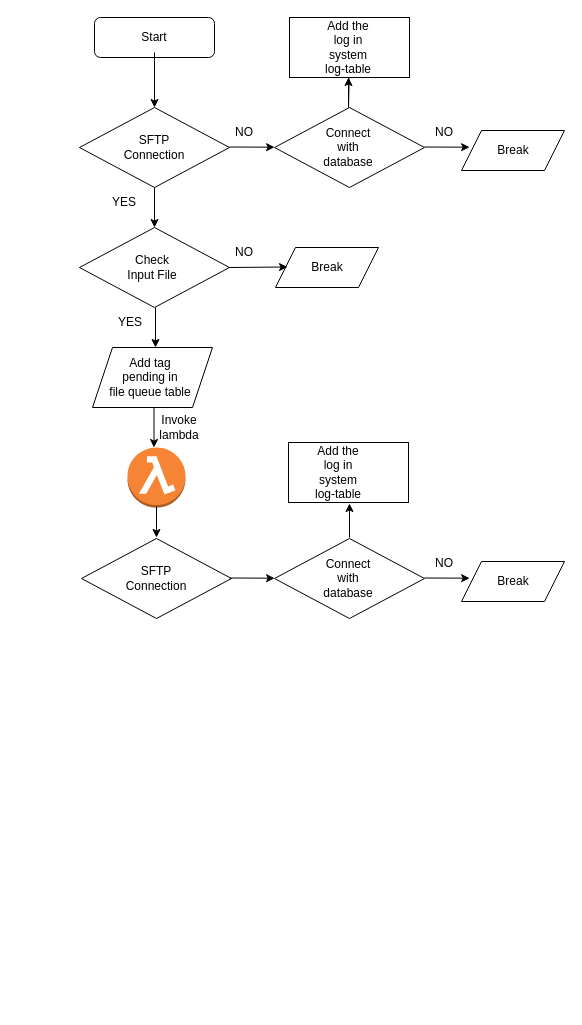
Earlier version of the draw.io diagram Untitled Diagram.drawio (rushikesh-mallanath/draw). Source tidied: cells renumbered, new cells numbered last; positions are measured from the earlier drawing's top-left corner, leaving out a move shared by most shapes. Both pictures are drawn from the tidied source at 100%, with x=0, y=0 at pixel (79, 17).
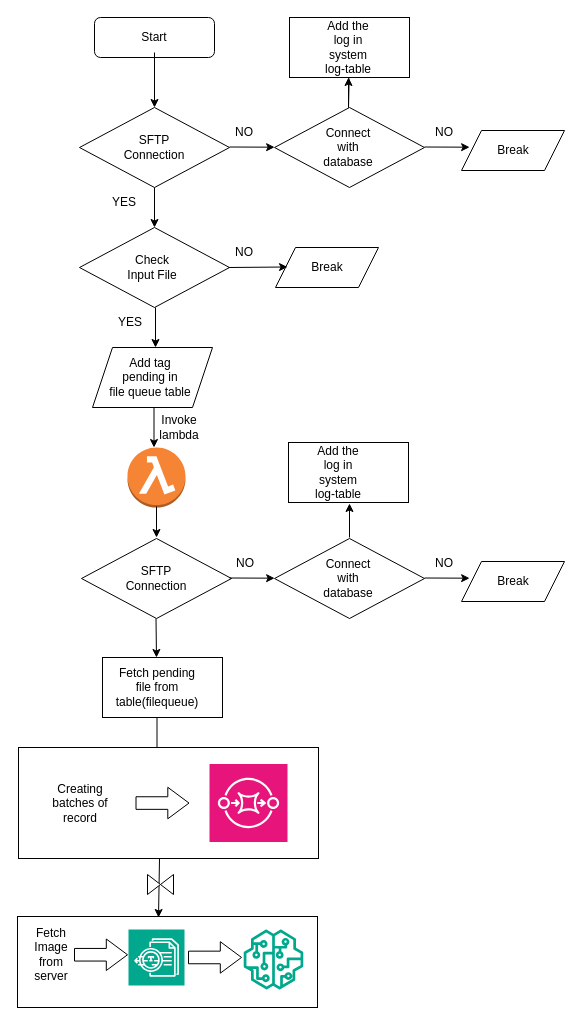
The same diagram, later.

Diff of the diagram source:
```diff
@@
+    <mxCell id="47" value="NO" style="text;html=1;align=center;verticalAlign=middle;whiteSpace=wrap;rounded=0;" parent="1" vertex="1">
+      <mxGeometry x="136" y="531" width="60" height="30" as="geometry" />
+    </mxCell>
+    <mxCell id="48" style="endArrow=classic;html=1;rounded=0;" parent="1" edge="1">
+      <mxGeometry relative="1" as="geometry">
+        <mxPoint x="76.5" y="601" as="sourcePoint" />
+        <mxPoint x="77" y="640" as="targetPoint" />
+      </mxGeometry>
+    </mxCell>
+    <mxCell id="49" style="rounded=0;whiteSpace=wrap;html=1;" parent="1" vertex="1">
+      <mxGeometry x="23" y="640" width="120" height="60" as="geometry" />
+    </mxCell>
+    <mxCell id="50" value="Fetch pending file from table(filequeue)" style="text;html=1;align=center;verticalAlign=middle;whiteSpace=wrap;rounded=0;" parent="1" vertex="1">
+      <mxGeometry x="48" y="655" width="60" height="30" as="geometry" />
+    </mxCell>
+    <mxCell id="51" style="endArrow=classic;html=1;rounded=0;" parent="1" edge="1">
+      <mxGeometry relative="1" as="geometry">
+        <mxPoint x="77.5" y="700" as="sourcePoint" />
+        <mxPoint x="77.5" y="750" as="targetPoint" />
+      </mxGeometry>
+    </mxCell>
+    <mxCell id="52" style="endArrow=classic;html=1;rounded=0;exitX=0.5;exitY=1;exitDx=0;exitDy=0;exitPerimeter=0;" parent="1" edge="1">
+      <mxGeometry relative="1" as="geometry">
+        <mxPoint x="80" y="841" as="sourcePoint" />
+        <mxPoint x="79" y="900" as="targetPoint" />
+      </mxGeometry>
+    </mxCell>
+    <mxCell id="53" style="shape=collate;html=1;direction=south;" parent="1" vertex="1">
+      <mxGeometry x="68" y="857" width="26" height="20" as="geometry" />
+    </mxCell>
+    <mxCell id="54" style="sketch=0;fontColor=#232F3E;fillColor=#01A88D;strokeColor=#ffffff;dashed=0;verticalLabelPosition=bottom;verticalAlign=top;align=center;html=1;fontSize=12;fontStyle=0;shape=mxgraph.aws4.resourceIcon;resIcon=mxgraph.aws4.textract;" parent="1" vertex="1">
+      <mxGeometry x="49" y="904.2" width="50" height="50" as="geometry" />
+    </mxCell>
+    <mxCell id="55" style="rounded=0;whiteSpace=wrap;html=1;" parent="1" vertex="1">
+      <mxGeometry x="-62" y="899" width="300" height="91" as="geometry" />
+    </mxCell>
+    <mxCell id="56" value="Fetch Image from server" style="text;html=1;align=center;verticalAlign=middle;whiteSpace=wrap;rounded=0;" parent="1" vertex="1">
+      <mxGeometry x="-58" y="922" width="60" height="30" as="geometry" />
+    </mxCell>
+    <mxCell id="57" style="shape=singleArrow;whiteSpace=wrap;html=1;arrowWidth=0.4;arrowSize=0.4;" parent="1" vertex="1">
+      <mxGeometry x="-5" y="921.5" width="53" height="31.5" as="geometry" />
+    </mxCell>
+    <mxCell id="58" style="sketch=0;fontColor=#232F3E;fillColor=#01A88D;strokeColor=#ffffff;dashed=0;verticalLabelPosition=bottom;verticalAlign=top;align=center;html=1;fontSize=12;fontStyle=0;shape=mxgraph.aws4.resourceIcon;resIcon=mxgraph.aws4.textract;" parent="1" vertex="1">
+      <mxGeometry x="49" y="912" width="56" height="56" as="geometry" />
+    </mxCell>
+    <mxCell id="59" style="shape=singleArrow;whiteSpace=wrap;html=1;arrowWidth=0.4;arrowSize=0.4;" parent="1" vertex="1">
+      <mxGeometry x="109" y="924.2" width="53" height="31.5" as="geometry" />
+    </mxCell>
+    <mxCell id="60" style="sketch=0;fontColor=#232F3E;gradientColor=none;fillColor=#01A88D;strokeColor=none;dashed=0;verticalLabelPosition=bottom;verticalAlign=top;align=center;html=1;fontSize=12;fontStyle=0;shape=mxgraph.aws4.sagemaker_model;" parent="1" vertex="1">
+      <mxGeometry x="164" y="912" width="60" height="60" as="geometry" />
+    </mxCell>
+    <mxCell id="61" style="rounded=0;whiteSpace=wrap;html=1;" parent="1" vertex="1">
+      <mxGeometry x="-61" y="730" width="300" height="111" as="geometry" />
+    </mxCell>
+    <mxCell id="62" value="Creating batches of record" style="text;html=1;align=center;verticalAlign=middle;whiteSpace=wrap;rounded=0;" parent="1" vertex="1">
+      <mxGeometry x="-37" y="766.1" width="76" height="38.8" as="geometry" />
+    </mxCell>
+    <mxCell id="63" style="shape=singleArrow;whiteSpace=wrap;html=1;arrowWidth=0.4;arrowSize=0.4;" parent="1" vertex="1">
+      <mxGeometry x="56.5" y="769.8" width="53" height="31.5" as="geometry" />
+    </mxCell>
+    <mxCell id="64" style="sketch=0;fontColor=#232F3E;fillColor=#E7157B;strokeColor=#ffffff;dashed=0;verticalLabelPosition=bottom;verticalAlign=top;align=center;html=1;fontSize=12;fontStyle=0;shape=mxgraph.aws4.resourceIcon;resIcon=mxgraph.aws4.sqs;" parent="1" vertex="1">
+      <mxGeometry x="130" y="746.5" width="78" height="78" as="geometry" />
+    </mxCell>
```
